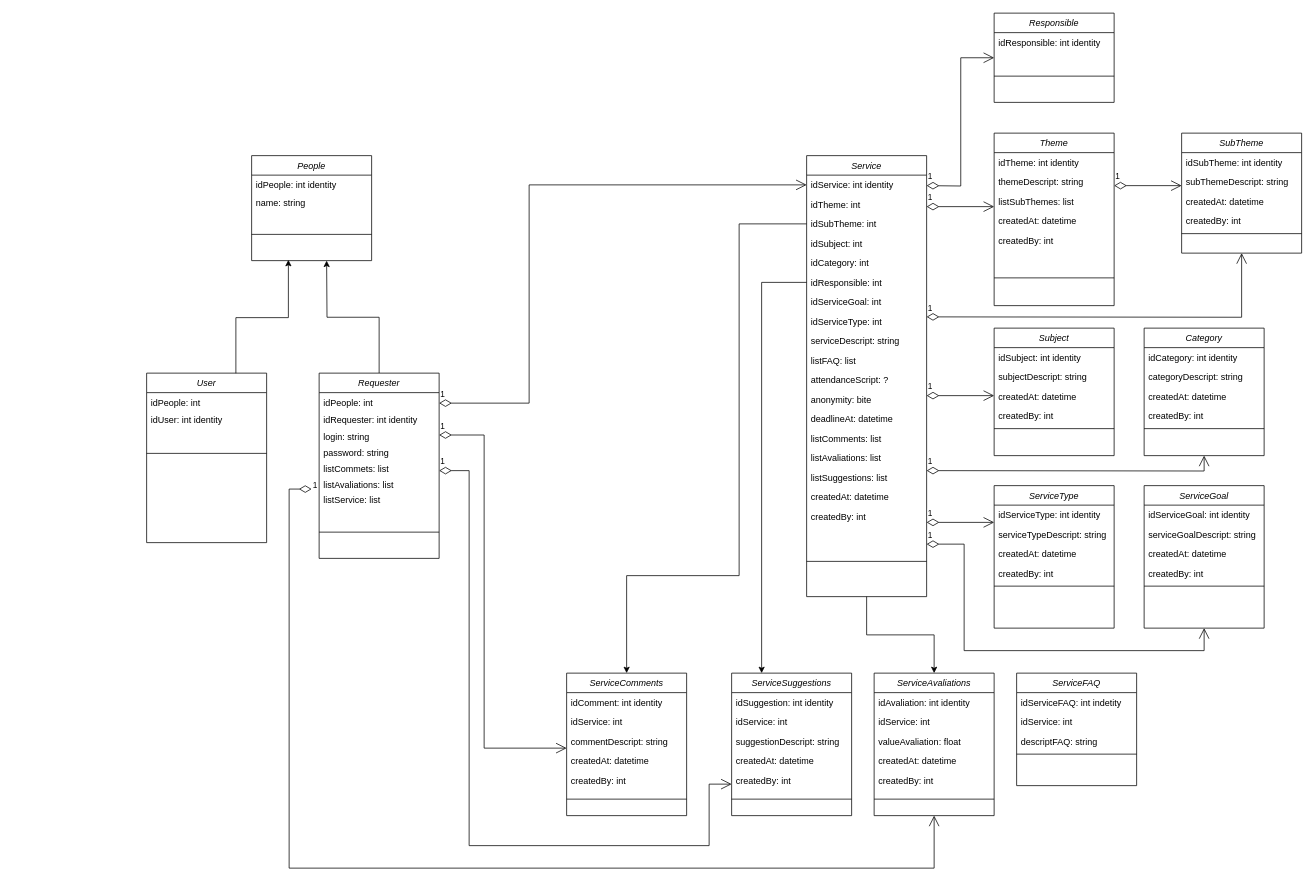
Earlier version of the draw.io diagram diagramaclasseCMS.drawio (scsoliveira/POO-CSharp). Source tidied: cells renumbered, new cells numbered last; positions are measured from the earlier drawing's top-left corner, leaving out a move shared by most shapes. Both pictures are drawn from the tidied source at 75%, with x=0, y=0 at pixel (146, 13).
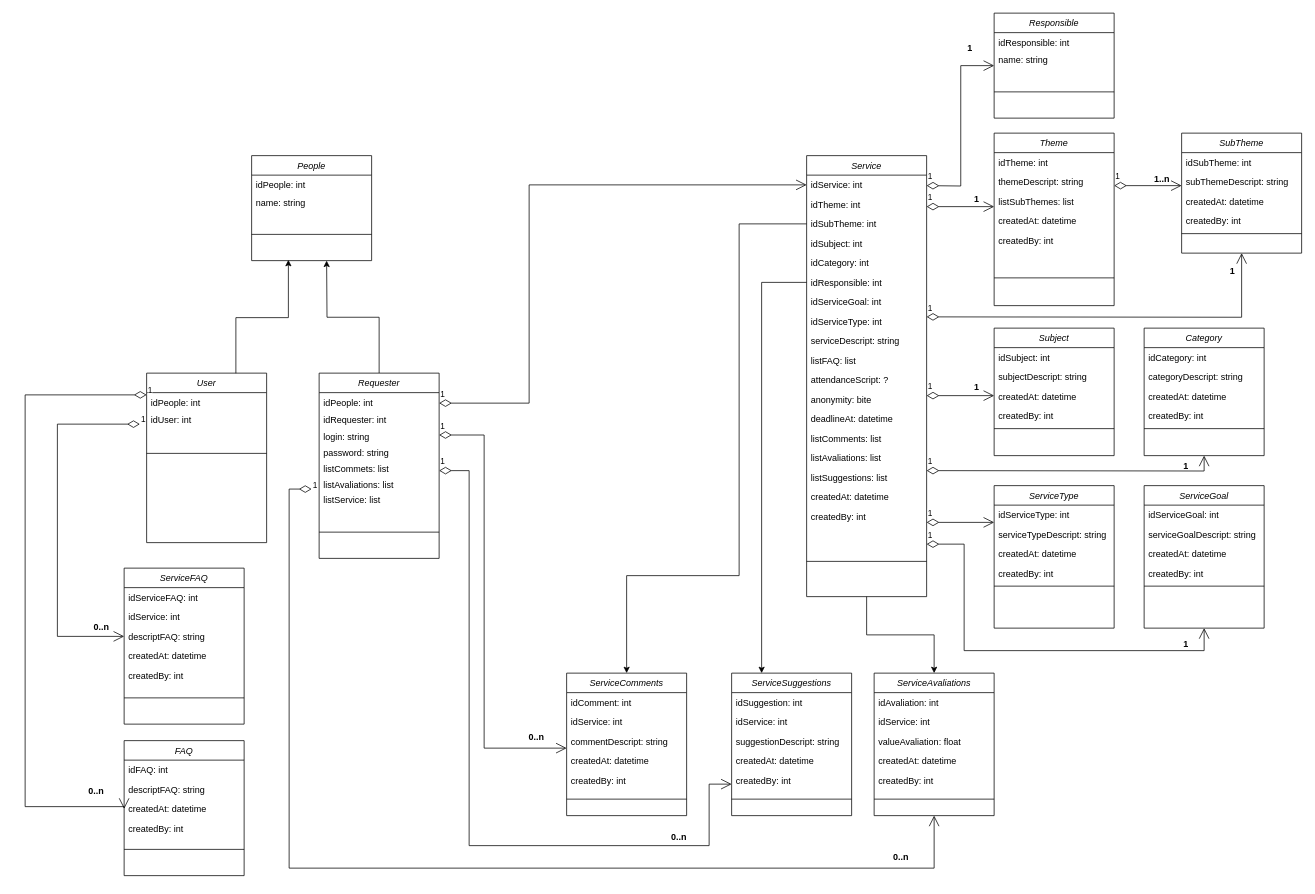
Above is the later version.

The change refers to these unchanged cells:
```xml
<mxCell id="2" value="ServiceComments" style="swimlane;fontStyle=2;align=center;verticalAlign=top;horizontal=1;startSize=26;rounded=0;shadow=0;strokeWidth=1;" parent="1" vertex="1">
  <mxGeometry x="560" y="880" width="160" height="190" as="geometry" />
</mxCell>
<mxCell id="10" value="User" style="swimlane;fontStyle=2;align=center;verticalAlign=top;horizontal=1;startSize=26;rounded=0;shadow=0;strokeWidth=1;" parent="1" vertex="1">
  <mxGeometry y="480" width="160" height="226" as="geometry" />
</mxCell>
<mxCell id="14" value="Theme" style="swimlane;fontStyle=2;align=center;verticalAlign=top;horizontal=1;startSize=26;rounded=0;shadow=0;strokeWidth=1;" parent="1" vertex="1">
  <mxGeometry x="1130" y="160" width="160" height="230" as="geometry" />
</mxCell>
<mxCell id="21" value="ServiceAvaliations" style="swimlane;fontStyle=2;align=center;verticalAlign=top;horizontal=1;startSize=26;rounded=0;shadow=0;strokeWidth=1;" parent="1" vertex="1">
  <mxGeometry x="970" y="880" width="160" height="190" as="geometry" />
</mxCell>
<mxCell id="28" value="SubTheme" style="swimlane;fontStyle=2;align=center;verticalAlign=top;horizontal=1;startSize=26;rounded=0;shadow=0;strokeWidth=1;" parent="1" vertex="1">
  <mxGeometry x="1380" y="160" width="160" height="160" as="geometry" />
</mxCell>
<mxCell id="38" value="Service" style="swimlane;fontStyle=2;align=center;verticalAlign=top;horizontal=1;startSize=26;rounded=0;shadow=0;strokeWidth=1;" parent="1" vertex="1">
  <mxGeometry x="880" y="190" width="160" height="588" as="geometry" />
</mxCell>
<mxCell id="58" value="ServiceGoal" style="swimlane;fontStyle=2;align=center;verticalAlign=top;horizontal=1;startSize=26;rounded=0;shadow=0;strokeWidth=1;" parent="1" vertex="1">
  <mxGeometry x="1330" y="630" width="160" height="190" as="geometry" />
</mxCell>
<mxCell id="64" value="ServiceType" style="swimlane;fontStyle=2;align=center;verticalAlign=top;horizontal=1;startSize=26;rounded=0;shadow=0;strokeWidth=1;" parent="1" vertex="1">
  <mxGeometry x="1130" y="630" width="160" height="190" as="geometry" />
</mxCell>
<mxCell id="74" value="descriptFAQ: string" style="text;align=left;verticalAlign=top;spacingLeft=4;spacingRight=4;overflow=hidden;points=[[0,0.5],[1,0.5]];portConstraint=eastwest;rounded=0;shadow=0;html=0;" parent="71" vertex="1">
  <mxGeometry y="78" width="160" height="26" as="geometry" />
</mxCell>
<mxCell id="76" value="Subject" style="swimlane;fontStyle=2;align=center;verticalAlign=top;horizontal=1;startSize=26;rounded=0;shadow=0;strokeWidth=1;" parent="1" vertex="1">
  <mxGeometry x="1130" y="420" width="160" height="170" as="geometry" />
</mxCell>
<mxCell id="82" value="Category" style="swimlane;fontStyle=2;align=center;verticalAlign=top;horizontal=1;startSize=26;rounded=0;shadow=0;strokeWidth=1;" parent="1" vertex="1">
  <mxGeometry x="1330" y="420" width="160" height="170" as="geometry" />
</mxCell>
<mxCell id="89" value="Requester" style="swimlane;fontStyle=2;align=center;verticalAlign=top;horizontal=1;startSize=26;rounded=0;shadow=0;strokeWidth=1;" parent="1" vertex="1">
  <mxGeometry x="230" y="480" width="160" height="247" as="geometry" />
</mxCell>
<mxCell id="99" value="People" style="swimlane;fontStyle=2;align=center;verticalAlign=top;horizontal=1;startSize=26;rounded=0;shadow=0;strokeWidth=1;" parent="1" vertex="1">
  <mxGeometry x="140" y="190" width="160" height="140" as="geometry" />
</mxCell>
<mxCell id="103" value="ServiceSuggestions" style="swimlane;fontStyle=2;align=center;verticalAlign=top;horizontal=1;startSize=26;rounded=0;shadow=0;strokeWidth=1;" parent="1" vertex="1">
  <mxGeometry x="780" y="880" width="160" height="190" as="geometry" />
</mxCell>
```

Change to the diagram source:
```diff
@@
-    <mxCell id="3" value="idComment: int identity" style="text;align=left;verticalAlign=top;spacingLeft=4;spacingRight=4;overflow=hidden;rounded=0;shadow=0;html=0;" parent="2" vertex="1">
+    <mxCell id="3" value="idComment: int " style="text;align=left;verticalAlign=top;spacingLeft=4;spacingRight=4;overflow=hidden;rounded=0;shadow=0;html=0;" parent="2" vertex="1">
       <mxGeometry y="26" width="160" height="26" as="geometry" />
     </mxCell>
@@
-    <mxCell id="12" value="idUser: int identity" style="text;align=left;verticalAlign=top;spacingLeft=4;spacingRight=4;overflow=hidden;" parent="10" vertex="1">
+    <mxCell id="12" value="idUser: int" style="text;align=left;verticalAlign=top;spacingLeft=4;spacingRight=4;overflow=hidden;" parent="10" vertex="1">
       <mxGeometry y="49" width="160" height="23" as="geometry" />
     </mxCell>
+    <mxCell id="122" value="1" style="endArrow=open;html=1;endSize=12;startArrow=diamondThin;startSize=14;startFill=0;edgeStyle=orthogonalEdgeStyle;align=left;verticalAlign=bottom;rounded=0;entryX=0;entryY=0.5;entryDx=0;entryDy=0;" parent="10" edge="1" target="74">
+      <mxGeometry x="-1" y="3" relative="1" as="geometry">
+        <mxPoint x="-9" y="68" as="sourcePoint" />
+        <Array as="points">
+          <mxPoint x="-119" y="68" />
+          <mxPoint x="-119" y="351" />
+        </Array>
+      </mxGeometry>
+    </mxCell>
@@
-    <mxCell id="15" value="idTheme: int identity" style="text;align=left;verticalAlign=top;spacingLeft=4;spacingRight=4;overflow=hidden;" parent="14" vertex="1">
+    <mxCell id="15" value="idTheme: int " style="text;align=left;verticalAlign=top;spacingLeft=4;spacingRight=4;overflow=hidden;" parent="14" vertex="1">
       <mxGeometry y="26" width="160" height="26" as="geometry" />
     </mxCell>
@@
-    <mxCell id="22" value="idAvaliation: int identity" style="text;align=left;verticalAlign=top;spacingLeft=4;spacingRight=4;overflow=hidden;rounded=0;shadow=0;html=0;" parent="21" vertex="1">
+    <mxCell id="22" value="idAvaliation: int " style="text;align=left;verticalAlign=top;spacingLeft=4;spacingRight=4;overflow=hidden;rounded=0;shadow=0;html=0;" parent="21" vertex="1">
       <mxGeometry y="26" width="160" height="26" as="geometry" />
     </mxCell>
@@
-    <mxCell id="29" value="idSubTheme: int identity" style="text;align=left;verticalAlign=top;spacingLeft=4;spacingRight=4;overflow=hidden;" parent="28" vertex="1">
+    <mxCell id="29" value="idSubTheme: int " style="text;align=left;verticalAlign=top;spacingLeft=4;spacingRight=4;overflow=hidden;" parent="28" vertex="1">
       <mxGeometry y="26" width="160" height="26" as="geometry" />
     </mxCell>
@@
     <mxCell id="34" value="Responsible" style="swimlane;fontStyle=2;align=center;verticalAlign=top;horizontal=1;startSize=26;rounded=0;shadow=0;strokeWidth=1;" parent="1" vertex="1">
-      <mxGeometry x="1130" width="160" height="119" as="geometry" />
+      <mxGeometry x="1130" width="160" height="140" as="geometry" />
     </mxCell>
-    <mxCell id="35" value="idResponsible: int identity" style="text;align=left;verticalAlign=top;spacingLeft=4;spacingRight=4;overflow=hidden;" parent="34" vertex="1">
+    <mxCell id="35" value="idResponsible: int " style="text;align=left;verticalAlign=top;spacingLeft=4;spacingRight=4;overflow=hidden;" parent="34" vertex="1">
       <mxGeometry y="26" width="160" height="23" as="geometry" />
     </mxCell>
+    <mxCell id="123" value="name: string" style="text;align=left;verticalAlign=top;spacingLeft=4;spacingRight=4;overflow=hidden;" parent="34" vertex="1">
+      <mxGeometry y="49" width="160" height="21" as="geometry" />
+    </mxCell>
     <mxCell id="36" style="line;html=1;strokeWidth=1;align=left;verticalAlign=middle;spacingTop=-1;spacingLeft=3;spacingRight=3;labelPosition=right;" parent="34" vertex="1">
-      <mxGeometry y="49" width="160" height="70" as="geometry" />
+      <mxGeometry y="70" width="160" height="70" as="geometry" />
     </mxCell>
@@
-    <mxCell id="39" value="idService: int identity" style="text;align=left;verticalAlign=top;spacingLeft=4;spacingRight=4;overflow=hidden;points=[[0,0.5],[1,0.5]];portConstraint=eastwest;" parent="38" vertex="1">
+    <mxCell id="39" value="idService: int " style="text;align=left;verticalAlign=top;spacingLeft=4;spacingRight=4;overflow=hidden;points=[[0,0.5],[1,0.5]];portConstraint=eastwest;" parent="38" vertex="1">
       <mxGeometry y="26" width="160" height="26" as="geometry" />
     </mxCell>
@@
-    <mxCell id="59" value="idServiceGoal: int identity" style="text;align=left;verticalAlign=top;spacingLeft=4;spacingRight=4;overflow=hidden;" parent="58" vertex="1">
+    <mxCell id="59" value="idServiceGoal: int " style="text;align=left;verticalAlign=top;spacingLeft=4;spacingRight=4;overflow=hidden;" parent="58" vertex="1">
       <mxGeometry y="26" width="160" height="26" as="geometry" />
     </mxCell>
@@
-    <mxCell id="65" value="idServiceType: int identity" style="text;align=left;verticalAlign=top;spacingLeft=4;spacingRight=4;overflow=hidden;" parent="64" vertex="1">
+    <mxCell id="65" value="idServiceType: int " style="text;align=left;verticalAlign=top;spacingLeft=4;spacingRight=4;overflow=hidden;" parent="64" vertex="1">
       <mxGeometry y="26" width="160" height="26" as="geometry" />
     </mxCell>
@@
     <mxCell id="71" value="ServiceFAQ" style="swimlane;fontStyle=2;align=center;verticalAlign=top;horizontal=1;startSize=26;rounded=0;shadow=0;strokeWidth=1;" parent="1" vertex="1">
-      <mxGeometry x="1160" y="880" width="160" height="150" as="geometry" />
+      <mxGeometry x="-30" y="740" width="160" height="208" as="geometry" />
     </mxCell>
-    <mxCell id="72" value="idServiceFAQ: int indetity" style="text;align=left;verticalAlign=top;spacingLeft=4;spacingRight=4;overflow=hidden;" parent="71" vertex="1">
+    <mxCell id="72" value="idServiceFAQ: int " style="text;align=left;verticalAlign=top;spacingLeft=4;spacingRight=4;overflow=hidden;" parent="71" vertex="1">
       <mxGeometry y="26" width="160" height="26" as="geometry" />
     </mxCell>
@@
+    <mxCell id="124" value="createdAt: datetime" style="text;align=left;verticalAlign=top;spacingLeft=4;spacingRight=4;overflow=hidden;rounded=0;shadow=0;html=0;" parent="71" vertex="1">
+      <mxGeometry y="104" width="160" height="26" as="geometry" />
+    </mxCell>
+    <mxCell id="125" value="createdBy: int " style="text;align=left;verticalAlign=top;spacingLeft=4;spacingRight=4;overflow=hidden;rounded=0;shadow=0;html=0;" parent="71" vertex="1">
+      <mxGeometry y="130" width="160" height="26" as="geometry" />
+    </mxCell>
     <mxCell id="75" style="line;html=1;strokeWidth=1;align=left;verticalAlign=middle;spacingTop=-1;spacingLeft=3;spacingRight=3;labelPosition=right;" parent="71" vertex="1">
-      <mxGeometry y="104" width="160" height="8" as="geometry" />
+      <mxGeometry y="156" width="160" height="34" as="geometry" />
     </mxCell>
@@
-    <mxCell id="77" value="idSubject: int identity" style="text;align=left;verticalAlign=top;spacingLeft=4;spacingRight=4;overflow=hidden;" parent="76" vertex="1">
+    <mxCell id="77" value="idSubject: int " style="text;align=left;verticalAlign=top;spacingLeft=4;spacingRight=4;overflow=hidden;" parent="76" vertex="1">
       <mxGeometry y="26" width="160" height="26" as="geometry" />
     </mxCell>
@@
-    <mxCell id="83" value="idCategory: int identity" style="text;align=left;verticalAlign=top;spacingLeft=4;spacingRight=4;overflow=hidden;" parent="82" vertex="1">
+    <mxCell id="83" value="idCategory: int " style="text;align=left;verticalAlign=top;spacingLeft=4;spacingRight=4;overflow=hidden;" parent="82" vertex="1">
       <mxGeometry y="26" width="160" height="26" as="geometry" />
     </mxCell>
@@
-    <mxCell id="91" value="idRequester: int identity" style="text;align=left;verticalAlign=top;spacingLeft=4;spacingRight=4;overflow=hidden;" parent="89" vertex="1">
+    <mxCell id="91" value="idRequester: int " style="text;align=left;verticalAlign=top;spacingLeft=4;spacingRight=4;overflow=hidden;" parent="89" vertex="1">
       <mxGeometry y="49" width="160" height="23" as="geometry" />
     </mxCell>
@@
-    <mxCell id="100" value="idPeople: int identity" style="text;align=left;verticalAlign=top;spacingLeft=4;spacingRight=4;overflow=hidden;" parent="99" vertex="1">
+    <mxCell id="100" value="idPeople: int " style="text;align=left;verticalAlign=top;spacingLeft=4;spacingRight=4;overflow=hidden;" parent="99" vertex="1">
       <mxGeometry y="26" width="160" height="23" as="geometry" />
     </mxCell>
@@
-    <mxCell id="104" value="idSuggestion: int identity" style="text;align=left;verticalAlign=top;spacingLeft=4;spacingRight=4;overflow=hidden;rounded=0;shadow=0;html=0;" parent="103" vertex="1">
+    <mxCell id="104" value="idSuggestion: int " style="text;align=left;verticalAlign=top;spacingLeft=4;spacingRight=4;overflow=hidden;rounded=0;shadow=0;html=0;" parent="103" vertex="1">
       <mxGeometry y="26" width="160" height="26" as="geometry" />
     </mxCell>
@@
+    <mxCell id="126" value="FAQ" style="swimlane;fontStyle=2;align=center;verticalAlign=top;horizontal=1;startSize=26;rounded=0;shadow=0;strokeWidth=1;" parent="1" vertex="1">
+      <mxGeometry x="-30" y="970" width="160" height="180" as="geometry" />
+    </mxCell>
+    <mxCell id="127" value="idFAQ: int " style="text;align=left;verticalAlign=top;spacingLeft=4;spacingRight=4;overflow=hidden;" parent="126" vertex="1">
+      <mxGeometry y="26" width="160" height="26" as="geometry" />
+    </mxCell>
+    <mxCell id="128" value="descriptFAQ: string" style="text;align=left;verticalAlign=top;spacingLeft=4;spacingRight=4;overflow=hidden;rounded=0;shadow=0;html=0;" parent="126" vertex="1">
+      <mxGeometry y="52" width="160" height="26" as="geometry" />
+    </mxCell>
+    <mxCell id="129" value="createdAt: datetime" style="text;align=left;verticalAlign=top;spacingLeft=4;spacingRight=4;overflow=hidden;points=[[0,0.5],[1,0.5]];portConstraint=eastwest;rounded=0;shadow=0;html=0;" parent="126" vertex="1">
+      <mxGeometry y="78" width="160" height="26" as="geometry" />
+    </mxCell>
+    <mxCell id="130" value="createdBy: int " style="text;align=left;verticalAlign=top;spacingLeft=4;spacingRight=4;overflow=hidden;rounded=0;shadow=0;html=0;" parent="126" vertex="1">
+      <mxGeometry y="104" width="160" height="26" as="geometry" />
+    </mxCell>
+    <mxCell id="131" style="line;html=1;strokeWidth=1;align=left;verticalAlign=middle;spacingTop=-1;spacingLeft=3;spacingRight=3;labelPosition=right;" parent="126" vertex="1">
+      <mxGeometry y="130" width="160" height="30" as="geometry" />
+    </mxCell>
+    <mxCell id="132" value="1" style="endArrow=open;html=1;endSize=12;startArrow=diamondThin;startSize=14;startFill=0;edgeStyle=orthogonalEdgeStyle;align=left;verticalAlign=bottom;rounded=0;entryX=0;entryY=0.5;entryDx=0;entryDy=0;" parent="1" edge="1" target="129">
+      <mxGeometry x="-1" y="3" relative="1" as="geometry">
+        <mxPoint y="509" as="sourcePoint" />
+        <Array as="points">
+          <mxPoint x="-162" y="509" />
+          <mxPoint x="-162" y="1058" />
+          <mxPoint x="-30" y="1058" />
+        </Array>
+      </mxGeometry>
+    </mxCell>
+    <mxCell id="133" value="1" style="text;align=center;fontStyle=1;verticalAlign=middle;spacingLeft=3;spacingRight=3;strokeColor=none;" parent="1" vertex="1">
+      <mxGeometry x="1058" y="33" width="80" height="26" as="geometry" />
+    </mxCell>
+    <mxCell id="134" value="1..n" style="text;align=center;fontStyle=1;verticalAlign=middle;spacingLeft=3;spacingRight=3;strokeColor=none;" parent="1" vertex="1">
+      <mxGeometry x="1314" y="208" width="80" height="26" as="geometry" />
+    </mxCell>
+    <mxCell id="135" value="1" style="text;align=center;fontStyle=1;verticalAlign=middle;spacingLeft=3;spacingRight=3;strokeColor=none;" parent="1" vertex="1">
+      <mxGeometry x="1067" y="234" width="80" height="26" as="geometry" />
+    </mxCell>
+    <mxCell id="136" value="1" style="text;align=center;fontStyle=1;verticalAlign=middle;spacingLeft=3;spacingRight=3;strokeColor=none;" parent="1" vertex="1">
+      <mxGeometry x="1408" y="330" width="80" height="26" as="geometry" />
+    </mxCell>
+    <mxCell id="137" value="1" style="text;align=center;fontStyle=1;verticalAlign=middle;spacingLeft=3;spacingRight=3;strokeColor=none;" parent="1" vertex="1">
+      <mxGeometry x="1067" y="485" width="80" height="26" as="geometry" />
+    </mxCell>
+    <mxCell id="138" value="1" style="text;align=center;fontStyle=1;verticalAlign=middle;spacingLeft=3;spacingRight=3;strokeColor=none;" parent="1" vertex="1">
+      <mxGeometry x="1346" y="590" width="80" height="26" as="geometry" />
+    </mxCell>
+    <mxCell id="139" value="1" style="text;align=center;fontStyle=1;verticalAlign=middle;spacingLeft=3;spacingRight=3;strokeColor=none;" parent="1" vertex="1">
+      <mxGeometry x="1346" y="827" width="80" height="26" as="geometry" />
+    </mxCell>
+    <mxCell id="140" value="0..n" style="text;align=center;fontStyle=1;verticalAlign=middle;spacingLeft=3;spacingRight=3;strokeColor=none;" parent="1" vertex="1">
+      <mxGeometry x="-100" y="805" width="80" height="26" as="geometry" />
+    </mxCell>
+    <mxCell id="141" value="0..n" style="text;align=center;fontStyle=1;verticalAlign=middle;spacingLeft=3;spacingRight=3;strokeColor=none;" parent="1" vertex="1">
+      <mxGeometry x="-107" y="1024" width="80" height="26" as="geometry" />
+    </mxCell>
+    <mxCell id="142" value="0..n" style="text;align=center;fontStyle=1;verticalAlign=middle;spacingLeft=3;spacingRight=3;strokeColor=none;" parent="1" vertex="1">
+      <mxGeometry x="480" y="952" width="80" height="26" as="geometry" />
+    </mxCell>
+    <mxCell id="143" value="0..n" style="text;align=center;fontStyle=1;verticalAlign=middle;spacingLeft=3;spacingRight=3;strokeColor=none;" parent="1" vertex="1">
+      <mxGeometry x="670" y="1085" width="80" height="26" as="geometry" />
+    </mxCell>
+    <mxCell id="144" value="0..n" style="text;align=center;fontStyle=1;verticalAlign=middle;spacingLeft=3;spacingRight=3;strokeColor=none;" parent="1" vertex="1">
+      <mxGeometry x="966" y="1111" width="80" height="26" as="geometry" />
+    </mxCell>
```
